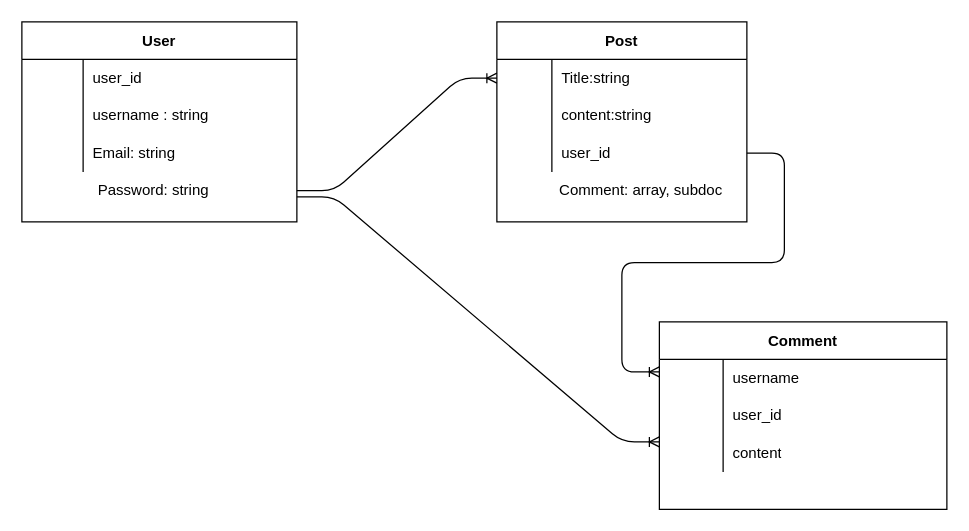
Above: erd.drawio in jtw007/domino-client (draw.io), before the change. Source tidied: cells renumbered, new cells numbered last; positions are measured from the earlier drawing's top-left corner, leaving out a move shared by most shapes. Both pictures are drawn from the tidied source at 125%, with x=0, y=0 at pixel (21, 21).
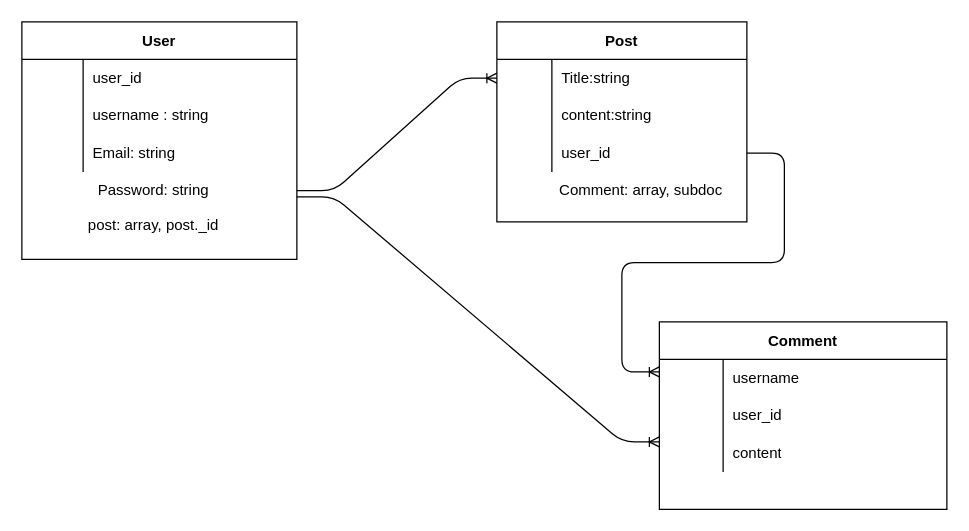
The same page after the edit.

Change to the diagram source:
```diff
@@
     <mxCell id="2" value="User" style="shape=table;startSize=30;childLayout=tableLayout;rowLines=0;fontStyle=1;" parent="1" vertex="1">
-      <mxGeometry width="220" height="160" as="geometry" />
+      <mxGeometry width="220" height="190" as="geometry" />
     </mxCell>
@@
+    <mxCell id="37" value="post: array, post._id&lt;br&gt;&amp;nbsp;" style="text;html=1;align=center;verticalAlign=middle;strokeColor=none;fillColor=none;" parent="1" vertex="1">
+      <mxGeometry x="40" y="150" width="130" height="40" as="geometry" />
+    </mxCell>
```
